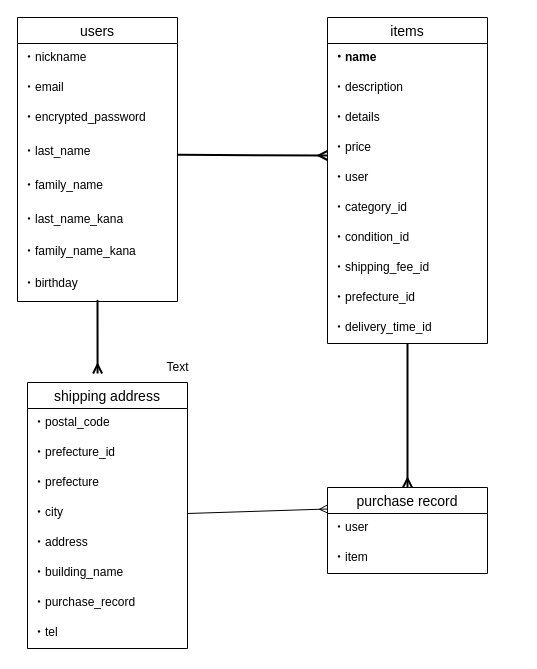
The draw.io diagram ER図.dio in popoak/furima-39566, before the edit. Source tidied: cells renumbered, new cells numbered last; positions are measured from the earlier drawing's top-left corner, leaving out a move shared by most shapes. Both pictures are drawn from the tidied source at 100%, with x=0, y=0 at pixel (17, 17).
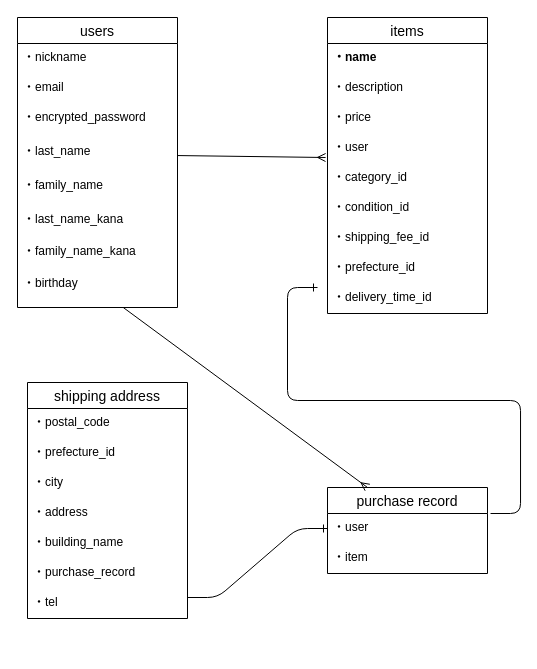
After the change.

The change refers to these unchanged cells:
```xml
<mxCell id="6" value="・last_name" style="text;strokeColor=none;fillColor=none;spacingLeft=4;spacingRight=4;overflow=hidden;points=[[0,0.5],[1,0.5]];portConstraint=eastwest;fontSize=12;" parent="2" vertex="1">
  <mxGeometry y="120" width="160" height="34" as="geometry" />
</mxCell>
<mxCell id="23" value="purchase record" style="swimlane;fontStyle=0;horizontal=1;startSize=26;align=center;fontSize=14;" parent="1" vertex="1">
  <mxGeometry x="310" y="470" width="160" height="86" as="geometry" />
</mxCell>
<mxCell id="24" value="・user&#10;" style="text;strokeColor=none;fillColor=none;spacingLeft=4;spacingRight=4;overflow=hidden;points=[[0,0.5],[1,0.5]];portConstraint=eastwest;fontSize=12;" parent="23" vertex="1">
  <mxGeometry y="26" width="160" height="30" as="geometry" />
</mxCell>
```

Diff of the diagram source:
```diff
@@
     <mxCell id="2" value="users" style="swimlane;fontStyle=0;horizontal=1;startSize=26;align=center;fontSize=14;" parent="1" vertex="1">
-      <mxGeometry width="160" height="284" as="geometry" />
+      <mxGeometry width="160" height="290" as="geometry" />
     </mxCell>
@@
     <mxCell id="10" value="・birthday &#10;" style="text;strokeColor=none;fillColor=none;spacingLeft=4;spacingRight=4;overflow=hidden;points=[[0,0.5],[1,0.5]];portConstraint=eastwest;fontSize=12;" parent="2" vertex="1">
-      <mxGeometry y="252" width="160" height="32" as="geometry" />
+      <mxGeometry y="252" width="160" height="38" as="geometry" />
     </mxCell>
-    <mxCell id="11" style="edgeStyle=none;html=1;entryX=0.5;entryY=0;entryDx=0;entryDy=0;strokeWidth=2;endArrow=ERmany;endFill=0;" parent="1" edge="1" source="12" target="23">
-      <mxGeometry relative="1" as="geometry" />
-    </mxCell>
     <mxCell id="12" value="items" style="swimlane;fontStyle=0;horizontal=1;startSize=26;align=center;fontSize=14;" parent="1" vertex="1">
-      <mxGeometry x="310" width="160" height="326" as="geometry" />
+      <mxGeometry x="310" width="160" height="296" as="geometry" />
     </mxCell>
@@
-    <mxCell id="15" value="・details" style="text;strokeColor=none;fillColor=none;spacingLeft=4;spacingRight=4;overflow=hidden;fontSize=12;fontStyle=0;" parent="12" vertex="1">
-      <mxGeometry y="86" width="160" height="30" as="geometry" />
-    </mxCell>
     <mxCell id="16" value="・price" style="text;strokeColor=none;fillColor=none;spacingLeft=4;spacingRight=4;overflow=hidden;points=[[0,0.5],[1,0.5]];portConstraint=eastwest;fontSize=12;fontStyle=0;" parent="12" vertex="1">
-      <mxGeometry y="116" width="160" height="30" as="geometry" />
+      <mxGeometry y="86" width="160" height="30" as="geometry" />
     </mxCell>
     <mxCell id="17" value="・user" style="text;strokeColor=none;fillColor=none;spacingLeft=4;spacingRight=4;overflow=hidden;points=[[0,0.5],[1,0.5]];portConstraint=eastwest;fontSize=12;fontStyle=0;" parent="12" vertex="1">
-      <mxGeometry y="146" width="160" height="30" as="geometry" />
+      <mxGeometry y="116" width="160" height="30" as="geometry" />
     </mxCell>
     <mxCell id="18" value="・category_id" style="text;strokeColor=none;fillColor=none;spacingLeft=4;spacingRight=4;overflow=hidden;fontSize=12;fontStyle=0;" parent="12" vertex="1">
-      <mxGeometry y="176" width="160" height="30" as="geometry" />
+      <mxGeometry y="146" width="160" height="30" as="geometry" />
     </mxCell>
     <mxCell id="19" value="・condition_id" style="text;strokeColor=none;fillColor=none;spacingLeft=4;spacingRight=4;overflow=hidden;fontSize=12;fontStyle=0;" parent="12" vertex="1">
-      <mxGeometry y="206" width="160" height="30" as="geometry" />
+      <mxGeometry y="176" width="160" height="30" as="geometry" />
     </mxCell>
     <mxCell id="20" value="・shipping_fee_id" style="text;strokeColor=none;fillColor=none;spacingLeft=4;spacingRight=4;overflow=hidden;fontSize=12;fontStyle=0;" parent="12" vertex="1">
-      <mxGeometry y="236" width="160" height="30" as="geometry" />
+      <mxGeometry y="206" width="160" height="30" as="geometry" />
     </mxCell>
     <mxCell id="21" value="・prefecture_id" style="text;strokeColor=none;fillColor=none;spacingLeft=4;spacingRight=4;overflow=hidden;fontSize=12;fontStyle=0;" parent="12" vertex="1">
-      <mxGeometry y="266" width="160" height="30" as="geometry" />
+      <mxGeometry y="236" width="160" height="30" as="geometry" />
     </mxCell>
     <mxCell id="22" value="・delivery_time_id" style="text;strokeColor=none;fillColor=none;spacingLeft=4;spacingRight=4;overflow=hidden;fontSize=12;fontStyle=0;" parent="12" vertex="1">
-      <mxGeometry y="296" width="160" height="30" as="geometry" />
+      <mxGeometry y="266" width="160" height="30" as="geometry" />
     </mxCell>
@@
     <mxCell id="26" value="shipping address" style="swimlane;fontStyle=0;horizontal=1;startSize=26;align=center;fontSize=14;" parent="1" vertex="1">
-      <mxGeometry x="10" y="365" width="160" height="266" as="geometry" />
+      <mxGeometry x="10" y="365" width="160" height="236" as="geometry" />
     </mxCell>
@@
-    <mxCell id="29" value="・prefecture" style="text;strokeColor=none;fillColor=none;spacingLeft=4;spacingRight=4;overflow=hidden;fontSize=12;" parent="26" vertex="1">
-      <mxGeometry y="86" width="160" height="30" as="geometry" />
-    </mxCell>
     <mxCell id="30" value="・city" style="text;strokeColor=none;fillColor=none;spacingLeft=4;spacingRight=4;overflow=hidden;points=[[0,0.5],[1,0.5]];portConstraint=eastwest;fontSize=12;" parent="26" vertex="1">
-      <mxGeometry y="116" width="160" height="30" as="geometry" />
+      <mxGeometry y="86" width="160" height="30" as="geometry" />
     </mxCell>
     <mxCell id="31" value="・address " style="text;strokeColor=none;fillColor=none;spacingLeft=4;spacingRight=4;overflow=hidden;fontSize=12;" parent="26" vertex="1">
-      <mxGeometry y="146" width="160" height="30" as="geometry" />
+      <mxGeometry y="116" width="160" height="30" as="geometry" />
     </mxCell>
     <mxCell id="32" value="・building_name" style="text;strokeColor=none;fillColor=none;spacingLeft=4;spacingRight=4;overflow=hidden;fontSize=12;" parent="26" vertex="1">
-      <mxGeometry y="176" width="160" height="30" as="geometry" />
+      <mxGeometry y="146" width="160" height="30" as="geometry" />
     </mxCell>
     <mxCell id="33" value="・purchase_record" style="text;strokeColor=none;fillColor=none;spacingLeft=4;spacingRight=4;overflow=hidden;fontSize=12;" parent="26" vertex="1">
-      <mxGeometry y="206" width="160" height="30" as="geometry" />
+      <mxGeometry y="176" width="160" height="30" as="geometry" />
     </mxCell>
     <mxCell id="34" value="・tel" style="text;strokeColor=none;fillColor=none;spacingLeft=4;spacingRight=4;overflow=hidden;fontSize=12;" parent="26" vertex="1">
-      <mxGeometry y="236" width="160" height="30" as="geometry" />
+      <mxGeometry y="206" width="160" height="30" as="geometry" />
     </mxCell>
-    <mxCell id="35" style="edgeStyle=none;html=1;entryX=0;entryY=0.733;entryDx=0;entryDy=0;entryPerimeter=0;strokeWidth=2;endArrow=ERmany;endFill=0;" parent="1" edge="1" source="6" target="16">
-      <mxGeometry relative="1" as="geometry" />
-    </mxCell>
-    <mxCell id="36" style="edgeStyle=none;html=1;entryX=0.438;entryY=-0.034;entryDx=0;entryDy=0;entryPerimeter=0;strokeWidth=2;endArrow=ERmany;endFill=0;" parent="1" edge="1" target="26">
-      <mxGeometry relative="1" as="geometry">
-        <mxPoint x="80" y="290" as="sourcePoint" />
-        <Array as="points">
-          <mxPoint x="80" y="280" />
-        </Array>
-      </mxGeometry>
-    </mxCell>
-    <mxCell id="37" style="edgeStyle=none;html=1;exitX=1;exitY=0.5;exitDx=0;exitDy=0;entryX=0;entryY=0.25;entryDx=0;entryDy=0;endArrow=ERmany;endFill=0;" parent="1" edge="1" source="30" target="23">
-      <mxGeometry relative="1" as="geometry" />
-    </mxCell>
-    <mxCell id="38" value="Text" style="text;html=1;align=center;verticalAlign=middle;strokeColor=none;fillColor=none;" parent="1" vertex="1">
-      <mxGeometry x="135" y="335" width="50" height="30" as="geometry" />
-    </mxCell>
+    <mxCell id="39" style="edgeStyle=none;html=1;entryX=0.25;entryY=0;entryDx=0;entryDy=0;endArrow=ERmany;endFill=0;" parent="1" edge="1" source="10" target="23">
+      <mxGeometry relative="1" as="geometry" />
+    </mxCell>
+    <mxCell id="40" style="edgeStyle=none;html=1;entryX=-0.012;entryY=0.8;entryDx=0;entryDy=0;entryPerimeter=0;endArrow=ERmany;endFill=0;" parent="1" edge="1" source="6" target="17">
+      <mxGeometry relative="1" as="geometry" />
+    </mxCell>
+    <mxCell id="41" style="edgeStyle=entityRelationEdgeStyle;fontSize=12;html=1;endArrow=ERone;endFill=1;exitX=1.019;exitY=0;exitDx=0;exitDy=0;exitPerimeter=0;" parent="1" edge="1" source="24">
+      <mxGeometry relative="1" as="geometry">
+        <mxPoint x="300" y="270" as="targetPoint" />
+      </mxGeometry>
+    </mxCell>
+    <mxCell id="42" style="edgeStyle=entityRelationEdgeStyle;fontSize=12;html=1;endArrow=ERone;endFill=1;entryX=0;entryY=0.5;entryDx=0;entryDy=0;" parent="1" edge="1" target="24">
+      <mxGeometry relative="1" as="geometry">
+        <mxPoint x="170" y="580" as="sourcePoint" />
+      </mxGeometry>
+    </mxCell>
```
